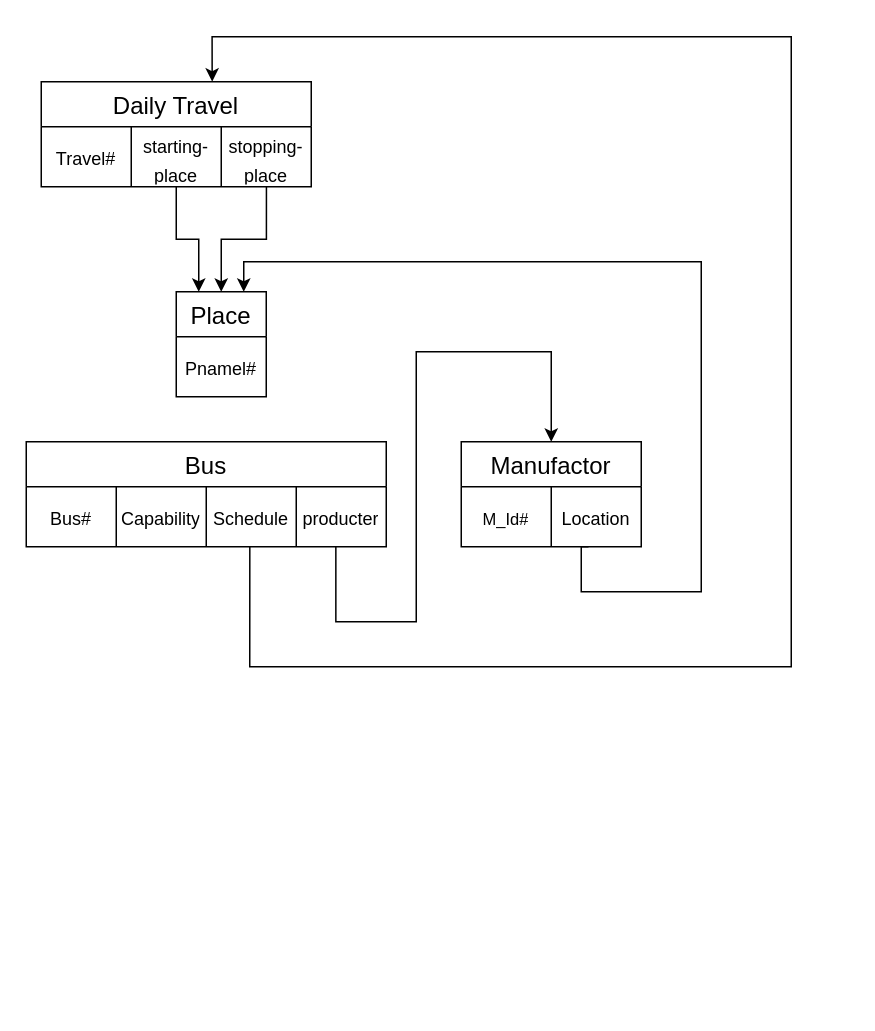
Above: page "QA_2" (2 of 2) of databasemgrCourse/assignment1.drawio in turswiming/drawio_file (draw.io), before the change. Source tidied: cells renumbered, new cells numbered last; positions are measured from the earlier drawing's top-left corner, leaving out a move shared by most shapes. Both pictures are drawn from the tidied source at 150%, with x=0, y=0 at pixel (26, 36).
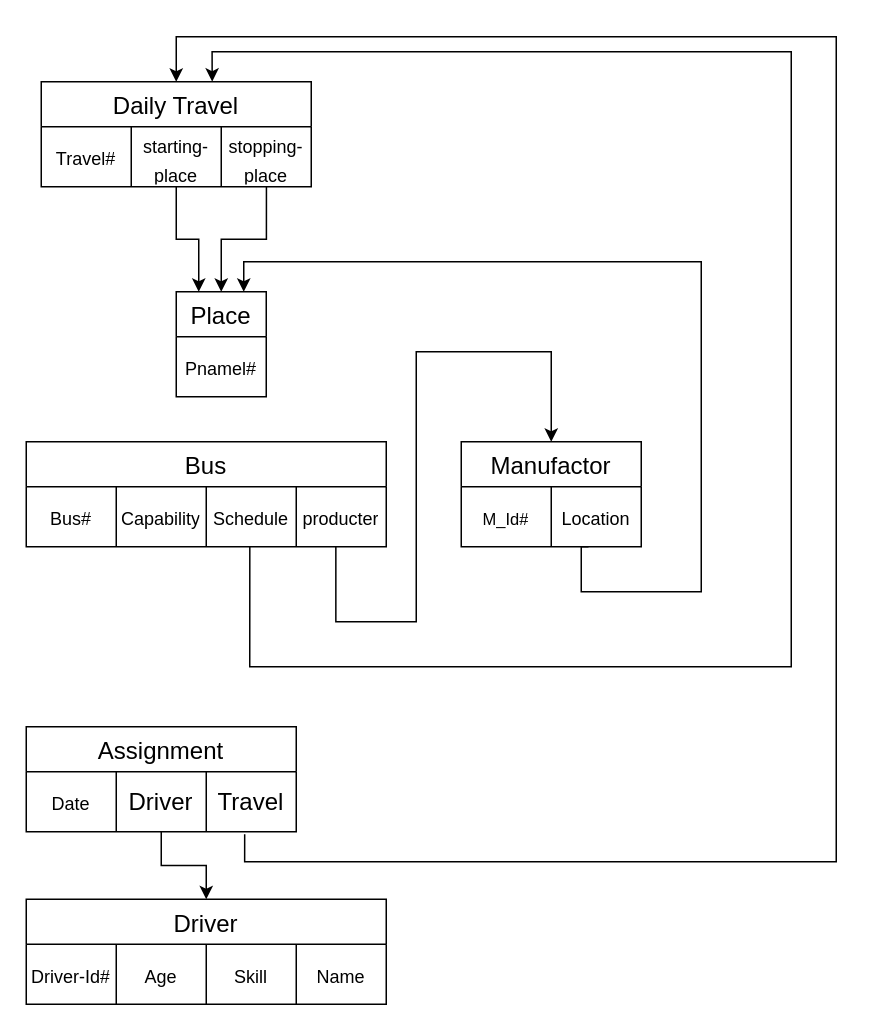
The same diagram, later.

Unchanged cells that the change refers to:
```xml
<mxCell id="3" value="Daily Travel" style="shape=table;startSize=30;childLayout=tableLayout;strokeColor=default;fontSize=16;" parent="1" vertex="1">
  <mxGeometry x="10" y="30" width="180" height="70" as="geometry" />
</mxCell>
<mxCell id="13" style="shape=tableRow;horizontal=0;startSize=0;swimlaneHead=0;swimlaneBody=0;strokeColor=inherit;top=0;left=0;bottom=0;right=0;fillColor=none;points=[[0,0.5],[1,0.5]];portConstraint=eastwest;fontSize=16;" parent="12" vertex="1">
  <mxGeometry y="30" width="240" height="40" as="geometry" />
</mxCell>
```

Diff of the diagram source:
```diff
@@
     <mxCell id="18" style="endArrow=classic;html=1;rounded=0;exitX=0.621;exitY=0.997;exitDx=0;exitDy=0;exitPerimeter=0;edgeStyle=orthogonalEdgeStyle;entryX=0.633;entryY=-0.001;entryDx=0;entryDy=0;entryPerimeter=0;" parent="1" edge="1" source="13" target="3">
       <mxGeometry relative="1" as="geometry">
         <Array as="points">
           <mxPoint x="149" y="420" />
           <mxPoint x="510" y="420" />
-          <mxPoint x="510" />
-          <mxPoint x="124" />
+          <mxPoint x="510" y="10" />
+          <mxPoint x="124" y="10" />
         </Array>
       </mxGeometry>
     </mxCell>
@@
+    <mxCell id="25" value="Driver" style="shape=table;startSize=30;childLayout=tableLayout;strokeColor=default;fontSize=16;" parent="1" vertex="1">
+      <mxGeometry y="575" width="240" height="70" as="geometry" />
+    </mxCell>
+    <mxCell id="26" style="shape=tableRow;horizontal=0;startSize=0;swimlaneHead=0;swimlaneBody=0;strokeColor=inherit;top=0;left=0;bottom=0;right=0;fillColor=none;fontSize=16;" parent="25" vertex="1">
+      <mxGeometry y="30" width="240" height="40" as="geometry" />
+    </mxCell>
+    <mxCell id="27" value="&lt;span style=&quot;font-size: 12px;&quot;&gt;Driver-Id#&lt;/span&gt;" style="shape=partialRectangle;html=1;whiteSpace=wrap;strokeColor=inherit;overflow=hidden;fillColor=none;top=0;left=0;bottom=0;right=0;fontSize=16;" parent="26" vertex="1">
+      <mxGeometry width="60" height="40" as="geometry" />
+    </mxCell>
+    <mxCell id="28" value="&lt;span style=&quot;font-size: 12px;&quot;&gt;Age&lt;/span&gt;" style="shape=partialRectangle;html=1;whiteSpace=wrap;strokeColor=inherit;overflow=hidden;fillColor=none;top=0;left=0;bottom=0;right=0;fontSize=16;" parent="26" vertex="1">
+      <mxGeometry x="60" width="60" height="40" as="geometry" />
+    </mxCell>
+    <mxCell id="29" value="&lt;span style=&quot;font-size: 12px;&quot;&gt;Skill&lt;/span&gt;" style="shape=partialRectangle;html=1;whiteSpace=wrap;strokeColor=inherit;overflow=hidden;fillColor=none;top=0;left=0;bottom=0;right=0;fontSize=16;" parent="26" vertex="1">
+      <mxGeometry x="120" width="60" height="40" as="geometry" />
+    </mxCell>
+    <mxCell id="30" value="&lt;span style=&quot;font-size: 12px;&quot;&gt;Name&lt;/span&gt;" style="shape=partialRectangle;html=1;whiteSpace=wrap;strokeColor=inherit;overflow=hidden;fillColor=none;top=0;left=0;bottom=0;right=0;fontSize=16;" parent="26" vertex="1">
+      <mxGeometry x="180" width="60" height="40" as="geometry" />
+    </mxCell>
+    <mxCell id="31" style="edgeStyle=orthogonalEdgeStyle;rounded=0;jettySize=auto;html=1;entryX=0.5;entryY=0;entryDx=0;entryDy=0;" parent="1" edge="1" source="32" target="25">
+      <mxGeometry relative="1" as="geometry" />
+    </mxCell>
+    <mxCell id="32" value="Assignment" style="shape=table;startSize=30;childLayout=tableLayout;strokeColor=default;fontSize=16;" parent="1" vertex="1">
+      <mxGeometry y="460" width="180" height="70" as="geometry" />
+    </mxCell>
+    <mxCell id="33" style="shape=tableRow;horizontal=0;startSize=0;swimlaneHead=0;swimlaneBody=0;strokeColor=inherit;top=0;left=0;bottom=0;right=0;fillColor=none;points=[[0,0.5],[1,0.5]];portConstraint=eastwest;fontSize=16;" parent="32" vertex="1">
+      <mxGeometry y="30" width="180" height="40" as="geometry" />
+    </mxCell>
+    <mxCell id="34" value="&lt;span style=&quot;font-size: 12px;&quot;&gt;Date&lt;/span&gt;" style="shape=partialRectangle;html=1;whiteSpace=wrap;strokeColor=inherit;overflow=hidden;fillColor=none;top=0;left=0;bottom=0;right=0;fontSize=16;" parent="33" vertex="1">
+      <mxGeometry width="60" height="40" as="geometry" />
+    </mxCell>
+    <mxCell id="35" value="&lt;span style=&quot;text-wrap: nowrap;&quot;&gt;Driver&lt;/span&gt;" style="shape=partialRectangle;html=1;whiteSpace=wrap;strokeColor=inherit;overflow=hidden;fillColor=none;top=0;left=0;bottom=0;right=0;fontSize=16;" parent="33" vertex="1">
+      <mxGeometry x="60" width="60" height="40" as="geometry" />
+    </mxCell>
+    <mxCell id="36" value="&lt;span style=&quot;text-wrap: nowrap;&quot;&gt;Travel&lt;/span&gt;" style="shape=partialRectangle;html=1;whiteSpace=wrap;strokeColor=inherit;overflow=hidden;fillColor=none;top=0;left=0;bottom=0;right=0;fontSize=16;" parent="33" vertex="1">
+      <mxGeometry x="120" width="60" height="40" as="geometry" />
+    </mxCell>
+    <mxCell id="37" style="edgeStyle=orthogonalEdgeStyle;rounded=0;jettySize=auto;html=1;entryX=0.5;entryY=0;entryDx=0;entryDy=0;exitX=0.809;exitY=1.043;exitDx=0;exitDy=0;exitPerimeter=0;" parent="1" edge="1" source="33" target="3">
+      <mxGeometry relative="1" as="geometry">
+        <Array as="points">
+          <mxPoint x="146" y="550" />
+          <mxPoint x="540" y="550" />
+          <mxPoint x="540" />
+          <mxPoint x="100" />
+        </Array>
+      </mxGeometry>
+    </mxCell>
```
